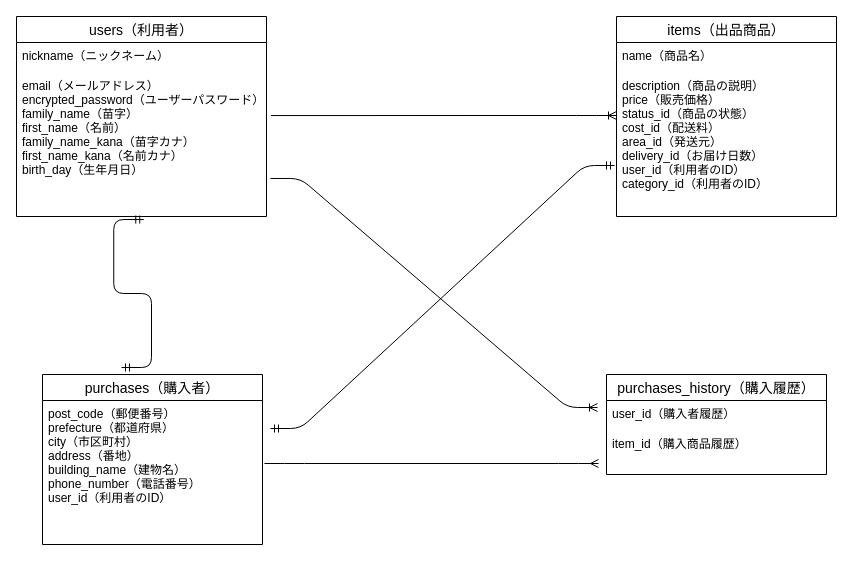
Earlier version of the draw.io diagram page "ページ1" (1 of 2) of furima.dio (atteyo-th/furima-34412). Source tidied: cells renumbered, new cells numbered last; positions are measured from the earlier drawing's top-left corner, leaving out a move shared by most shapes. Both pictures are drawn from the tidied source at 100%, with x=0, y=0 at pixel (16, 16).
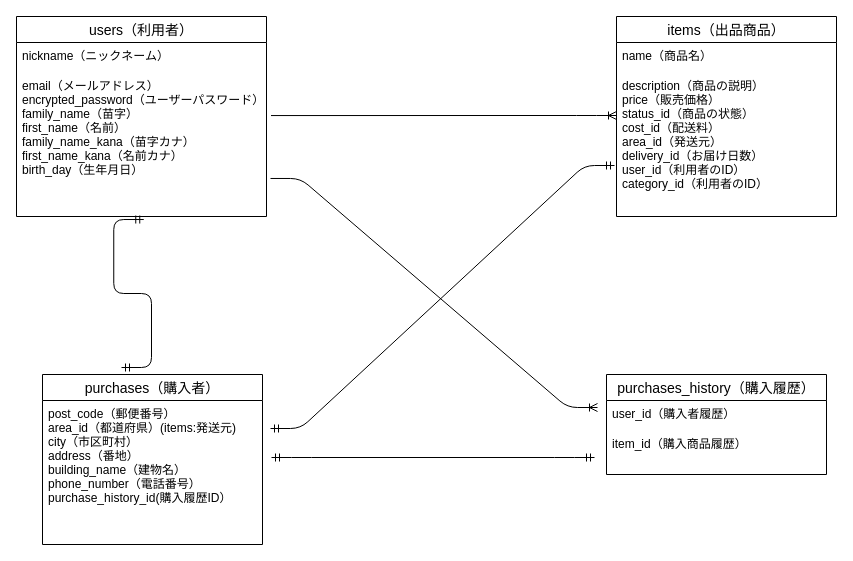
After the change.

Commit message (it also covers changes not shown here):
ER図/README修正５

The change refers to these unchanged cells:
```xml
<mxCell id="9" value="purchases（購入者）" style="swimlane;fontStyle=0;horizontal=1;startSize=26;align=center;fontSize=14;direction=east;" parent="1" vertex="1">
  <mxGeometry x="26" y="358" width="220" height="170" as="geometry" />
</mxCell>
```

What changed in the source:
```diff
@@
-    <mxCell id="10" value="post_code（郵便番号）&#10;prefecture（都道府県）&#10;city（市区町村）&#10;address（番地）&#10;building_name（建物名）&#10;phone_number（電話番号）&#10;user_id（利用者のID）&#10;&#10;&#10;" style="text;strokeColor=none;fillColor=none;spacingLeft=4;spacingRight=4;overflow=hidden;fontSize=12;" parent="9" vertex="1">
+    <mxCell id="10" value="post_code（郵便番号）&#10;area_id（都道府県）(items:発送元)&#10;city（市区町村）&#10;address（番地）&#10;building_name（建物名）&#10;phone_number（電話番号）&#10;purchase_history_id(購入履歴ID）&#10;&#10;&#10;" style="text;strokeColor=none;fillColor=none;spacingLeft=4;spacingRight=4;overflow=hidden;fontSize=12;" parent="9" vertex="1">
       <mxGeometry y="26" width="220" height="144" as="geometry" />
     </mxCell>
@@
-    <mxCell id="16" style="edgeStyle=entityRelationEdgeStyle;fontSize=12;html=1;endArrow=ERmany;" parent="1" edge="1">
-      <mxGeometry relative="1" as="geometry">
-        <mxPoint x="248" y="447" as="sourcePoint" />
-        <mxPoint x="582" y="447" as="targetPoint" />
-      </mxGeometry>
-    </mxCell>
@@
+    <mxCell id="18" style="edgeStyle=entityRelationEdgeStyle;fontSize=12;html=1;endArrow=ERmandOne;startArrow=ERmandOne;" parent="1" edge="1">
+      <mxGeometry relative="1" as="geometry">
+        <mxPoint x="255" y="441" as="sourcePoint" />
+        <mxPoint x="578" y="441" as="targetPoint" />
+      </mxGeometry>
+    </mxCell>
```
